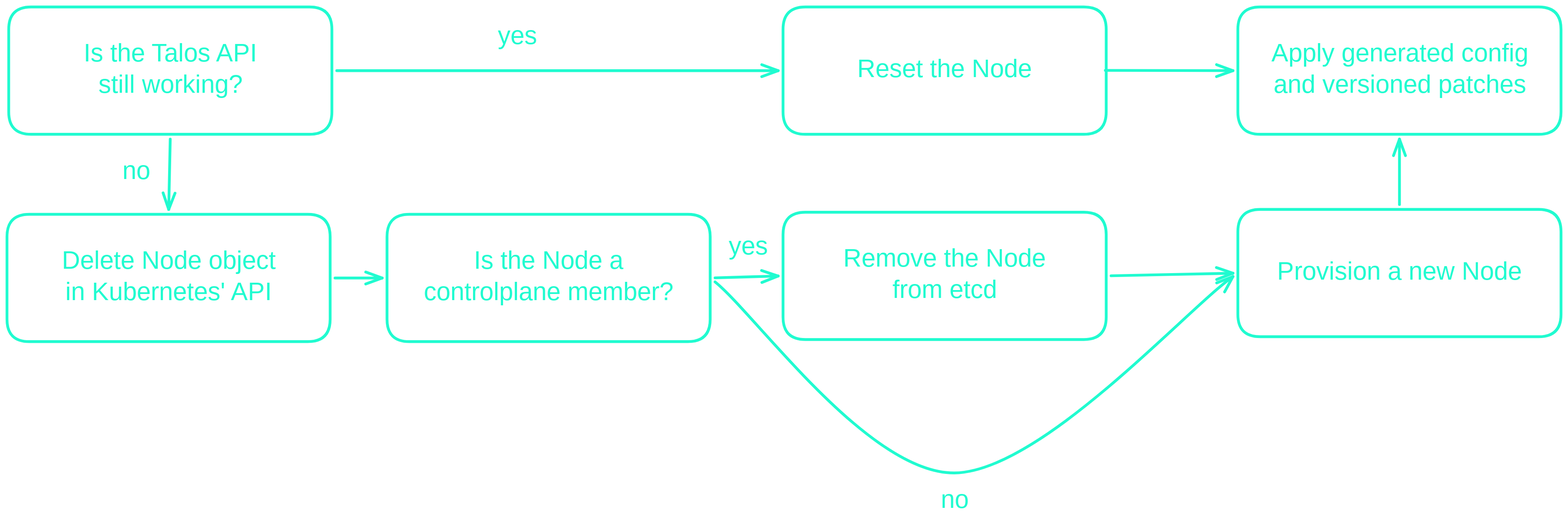
Before: cds-hamburg-2026/public/reset-flowchart.svg, a diagram exported from Excalidraw (mocdaniel/slides). Source tidied: one line per element, renumbered; positions are measured from the earlier drawing's top-left corner, leaving out a move shared by most shapes.
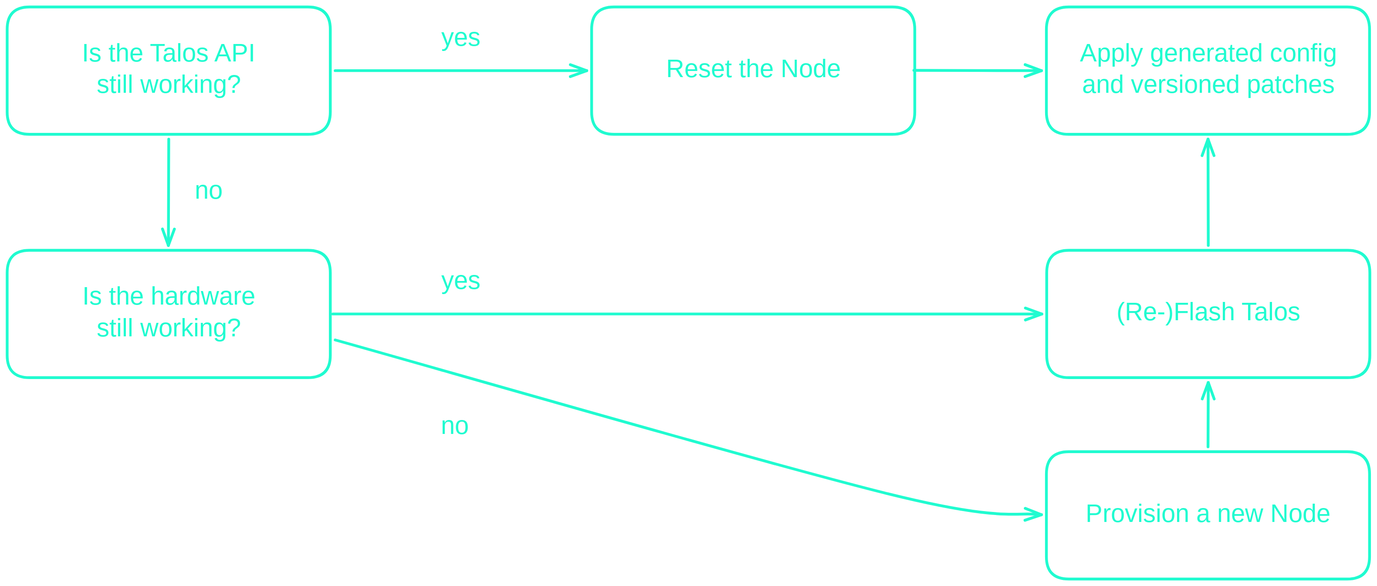
The same file after the commit.

Diff of the diagram source:
```diff
@@ -1,26 +1,23 @@
-{"id": 0, "type": "rectangle", "strokeColor": "#20fbd0", "strokeWidth": 4, "roughness": 0, "round": true, "x": 544, "y": 297, "width": 463, "height": 182}
-{"id": 1, "type": "text", "text": "Is the Node a\ncontrolplane member?", "strokeColor": "#20fbd0", "strokeWidth": 4, "roughness": 0, "fontSize": 36, "fontFamily": 5, "textAlign": "center", "x": 594, "y": 343, "width": 362, "height": 90}
-{"id": 2, "type": "rectangle", "strokeColor": "#20fbd0", "strokeWidth": 4, "roughness": 0, "round": true, "x": 1111, "y": 294, "width": 463, "height": 182}
-{"id": 3, "type": "text", "text": "Remove the Node\nfrom etcd", "strokeColor": "#20fbd0", "strokeWidth": 4, "roughness": 0, "fontSize": 36, "fontFamily": 5, "textAlign": "center", "x": 1190, "y": 340, "width": 303, "height": 90}
-{"id": 4, "type": "rectangle", "strokeColor": "#20fbd0", "strokeWidth": 4, "roughness": 0, "round": true, "x": 2, "y": 0, "width": 463, "height": 182}
+{"id": 4, "type": "rectangle", "strokeColor": "#20fbd0", "strokeWidth": 4, "roughness": 0, "round": true, "x": 2, "y": -347, "width": 463, "height": 182}
-{"id": 5, "type": "text", "text": "Is the Talos API\nstill working?", "strokeColor": "#20fbd0", "strokeWidth": 4, "roughness": 0, "fontSize": 36, "fontFamily": 5, "textAlign": "center", "x": 80, "y": 46, "width": 308, "height": 90}
+{"id": 5, "type": "text", "text": "Is the Talos API\nstill working?", "strokeColor": "#20fbd0", "strokeWidth": 4, "roughness": 0, "fontSize": 36, "fontFamily": 5, "textAlign": "center", "x": 80, "y": -301, "width": 308, "height": 90}
-{"id": 6, "type": "rectangle", "strokeColor": "#20fbd0", "strokeWidth": 4, "roughness": 0, "round": true, "x": 1111, "y": 0, "width": 463, "height": 182}
+{"id": 6, "type": "rectangle", "strokeColor": "#20fbd0", "strokeWidth": 4, "roughness": 0, "round": true, "x": 839, "y": -347, "width": 463, "height": 182}
-{"id": 7, "type": "text", "text": "Reset the Node", "strokeColor": "#20fbd0", "strokeWidth": 4, "roughness": 0, "fontSize": 36, "fontFamily": 5, "textAlign": "center", "x": 1203, "y": 69, "width": 279, "height": 45}
+{"id": 7, "type": "text", "text": "Reset the Node", "strokeColor": "#20fbd0", "strokeWidth": 4, "roughness": 0, "fontSize": 36, "fontFamily": 5, "textAlign": "center", "x": 931, "y": -278, "width": 279, "height": 45}
-{"id": 8, "type": "arrow", "strokeColor": "#20fbd0", "strokeWidth": 4, "roughness": 0, "endArrowhead": "arrow", "round": true, "from": 4, "to": 6, "x": 472, "y": 91, "width": 632, "height": 0, "points": [[0, 0], [632, 0]]}
+{"id": 8, "type": "arrow", "strokeColor": "#20fbd0", "strokeWidth": 4, "roughness": 0, "endArrowhead": "arrow", "round": true, "from": 4, "to": 6, "x": 472, "y": -256, "width": 360, "height": 0, "points": [[0, 0], [360, 0]]}
-{"id": 9, "type": "text", "text": "yes", "strokeColor": "#20fbd0", "strokeWidth": 4, "roughness": 0, "fontSize": 36, "fontFamily": 5, "textAlign": "center", "x": 702, "y": 21, "width": 58, "height": 45}
+{"id": 9, "type": "text", "text": "yes", "strokeColor": "#20fbd0", "strokeWidth": 4, "roughness": 0, "fontSize": 36, "fontFamily": 5, "textAlign": "center", "x": 623, "y": -323, "width": 58, "height": 45}
-{"id": 10, "type": "rectangle", "strokeColor": "#20fbd0", "strokeWidth": 4, "roughness": 0, "round": true, "x": 1762, "y": 290, "width": 463, "height": 182}
+{"id": 10, "type": "rectangle", "strokeColor": "#20fbd0", "strokeWidth": 4, "roughness": 0, "round": true, "x": 1490, "y": 290, "width": 463, "height": 182}
-{"id": 11, "type": "text", "text": "Provision a new Node", "strokeColor": "#20fbd0", "strokeWidth": 4, "roughness": 0, "fontSize": 36, "fontFamily": 5, "textAlign": "center", "x": 1808, "y": 358, "width": 371, "height": 45}
+{"id": 11, "type": "text", "text": "Provision a new Node", "strokeColor": "#20fbd0", "strokeWidth": 4, "roughness": 0, "fontSize": 36, "fontFamily": 5, "textAlign": "center", "x": 1536, "y": 358, "width": 371, "height": 45}
-{"id": 12, "type": "text", "text": "no", "strokeColor": "#20fbd0", "strokeWidth": 4, "roughness": 0, "fontSize": 36, "fontFamily": 5, "textAlign": "center", "x": 165, "y": 215, "width": 41, "height": 45}
+{"id": 12, "type": "text", "text": "no", "strokeColor": "#20fbd0", "strokeWidth": 4, "roughness": 0, "fontSize": 36, "fontFamily": 5, "textAlign": "center", "x": 271, "y": -104, "width": 41, "height": 45}
-{"id": 13, "type": "rectangle", "strokeColor": "#20fbd0", "strokeWidth": 4, "roughness": 0, "round": true, "x": 1762, "y": 0, "width": 463, "height": 182}
+{"id": 13, "type": "rectangle", "strokeColor": "#20fbd0", "strokeWidth": 4, "roughness": 0, "round": true, "x": 1490, "y": -347, "width": 463, "height": 182}
-{"id": 14, "type": "arrow", "strokeColor": "#20fbd0", "strokeWidth": 4, "roughness": 0, "endArrowhead": "arrow", "round": true, "from": 0, "to": 2, "x": 1014, "y": 388, "width": 90, "height": 3, "points": [[0, 0], [90, -3]]}
-{"id": 15, "type": "text", "text": "Apply generated config\nand versioned patches", "strokeColor": "#20fbd0", "strokeWidth": 4, "roughness": 0, "fontSize": 36, "fontFamily": 5, "textAlign": "center", "x": 1795, "y": 46, "width": 397, "height": 90}
+{"id": 15, "type": "text", "text": "Apply generated config\nand versioned patches", "strokeColor": "#20fbd0", "strokeWidth": 4, "roughness": 0, "fontSize": 36, "fontFamily": 5, "textAlign": "center", "x": 1523, "y": -301, "width": 397, "height": 90}
-{"id": 16, "type": "arrow", "strokeColor": "#20fbd0", "strokeWidth": 4, "roughness": 0, "endArrowhead": "arrow", "round": true, "from": 6, "to": 13, "x": 1572, "y": 91, "width": 183, "height": 0, "points": [[0, 0], [183, 0]]}
+{"id": 16, "type": "arrow", "strokeColor": "#20fbd0", "strokeWidth": 4, "roughness": 0, "endArrowhead": "arrow", "round": true, "from": 6, "to": 13, "x": 1300, "y": -256, "width": 183, "height": 0, "points": [[0, 0], [183, 0]]}
-{"id": 17, "type": "rectangle", "strokeColor": "#20fbd0", "strokeWidth": 4, "roughness": 0, "round": true, "x": 0, "y": 297, "width": 463, "height": 182}
-{"id": 18, "type": "text", "text": "Delete Node object\nin Kubernetes' API", "strokeColor": "#20fbd0", "strokeWidth": 4, "roughness": 0, "fontSize": 36, "fontFamily": 5, "textAlign": "center", "x": 62, "y": 343, "width": 338, "height": 90}
-{"id": 19, "type": "arrow", "strokeColor": "#20fbd0", "strokeWidth": 4, "roughness": 0, "endArrowhead": "arrow", "round": true, "from": 4, "to": 17, "x": 234, "y": 189, "width": 2, "height": 101, "points": [[0, 0], [-2, 101]]}
+{"id": 19, "type": "arrow", "strokeColor": "#20fbd0", "strokeWidth": 4, "roughness": 0, "endArrowhead": "arrow", "round": true, "from": 4, "x": 234, "y": -158, "width": 1, "height": 152, "points": [[0, 0], [-1, 152]]}
-{"id": 20, "type": "arrow", "strokeColor": "#20fbd0", "strokeWidth": 4, "roughness": 0, "endArrowhead": "arrow", "round": true, "from": 17, "to": 0, "x": 470, "y": 388, "width": 67, "height": 0, "points": [[0, 0], [67, 0]]}
-{"id": 21, "type": "arrow", "strokeColor": "#20fbd0", "strokeWidth": 4, "roughness": 0, "endArrowhead": "arrow", "round": true, "from": 10, "to": 13, "x": 1993, "y": 283, "width": 0, "height": 94, "points": [[0, 0], [0, -94]]}
-{"id": 22, "type": "text", "text": "yes", "strokeColor": "#20fbd0", "strokeWidth": 4, "roughness": 0, "fontSize": 36, "fontFamily": 5, "textAlign": "center", "x": 1032, "y": 323, "width": 58, "height": 45}
-{"id": 23, "type": "arrow", "strokeColor": "#20fbd0", "strokeWidth": 4, "roughness": 0, "endArrowhead": "arrow", "round": true, "from": 2, "to": 10, "x": 1580, "y": 385, "width": 174, "height": 4, "points": [[0, 0], [174, -4]]}
-{"id": 24, "type": "arrow", "strokeColor": "#20fbd0", "strokeWidth": 4, "roughness": 0, "endArrowhead": "arrow", "round": true, "from": 0, "to": 10, "x": 1014, "y": 393, "width": 741, "height": 281, "points": [[0, 0], [343, 273], [741, -8]]}
+{"id": 24, "type": "arrow", "strokeColor": "#20fbd0", "strokeWidth": 4, "roughness": 0, "endArrowhead": "arrow", "round": true, "from": 26, "to": 10, "x": 472, "y": 130, "width": 1011, "height": 250, "points": [[0, 0], [791, 220], [1011, 250]]}
-{"id": 25, "type": "text", "text": "no", "strokeColor": "#20fbd0", "strokeWidth": 4, "roughness": 0, "fontSize": 36, "fontFamily": 5, "textAlign": "center", "x": 1336, "y": 685, "width": 41, "height": 45}
+{"id": 25, "type": "text", "text": "no", "strokeColor": "#20fbd0", "strokeWidth": 4, "roughness": 0, "fontSize": 36, "fontFamily": 5, "textAlign": "center", "x": 623, "y": 232, "width": 41, "height": 45}
+{"id": 26, "type": "rectangle", "strokeColor": "#20fbd0", "strokeWidth": 4, "roughness": 0, "round": true, "x": 2, "y": 2, "width": 463, "height": 182}
+{"id": 27, "type": "text", "text": "Is the hardware\nstill working?", "strokeColor": "#20fbd0", "strokeWidth": 4, "roughness": 0, "fontSize": 36, "fontFamily": 5, "textAlign": "center", "x": 92, "y": 48, "width": 283, "height": 90}
+{"id": 22, "type": "text", "text": "yes", "strokeColor": "#20fbd0", "strokeWidth": 4, "roughness": 0, "fontSize": 36, "fontFamily": 5, "textAlign": "center", "x": 623, "y": 25, "width": 58, "height": 45}
+{"id": 28, "type": "rectangle", "strokeColor": "#20fbd0", "strokeWidth": 4, "roughness": 0, "round": true, "x": 1491, "y": 2, "width": 463, "height": 182}
+{"id": 29, "type": "arrow", "strokeColor": "#20fbd0", "strokeWidth": 4, "roughness": 0, "endArrowhead": "arrow", "round": true, "to": 28, "x": 469, "y": 93, "width": 1015, "height": 0, "points": [[0, 0], [1015, 0]]}
+{"id": 30, "type": "text", "text": "(Re-)Flash Talos", "strokeColor": "#20fbd0", "strokeWidth": 4, "roughness": 0, "fontSize": 36, "fontFamily": 5, "textAlign": "center", "x": 1574, "y": 70, "width": 295, "height": 45}
+{"id": 21, "type": "arrow", "strokeColor": "#20fbd0", "strokeWidth": 4, "roughness": 0, "endArrowhead": "arrow", "round": true, "from": 10, "to": 28, "x": 1721, "y": 283, "width": 0, "height": 92, "points": [[0, 0], [0, -92]]}
+{"id": 31, "type": "arrow", "strokeColor": "#20fbd0", "strokeWidth": 4, "roughness": 0, "endArrowhead": "arrow", "round": true, "from": 28, "to": 13, "x": 1722, "y": -5, "width": 0, "height": 152, "points": [[0, 0], [0, -152]]}
```
